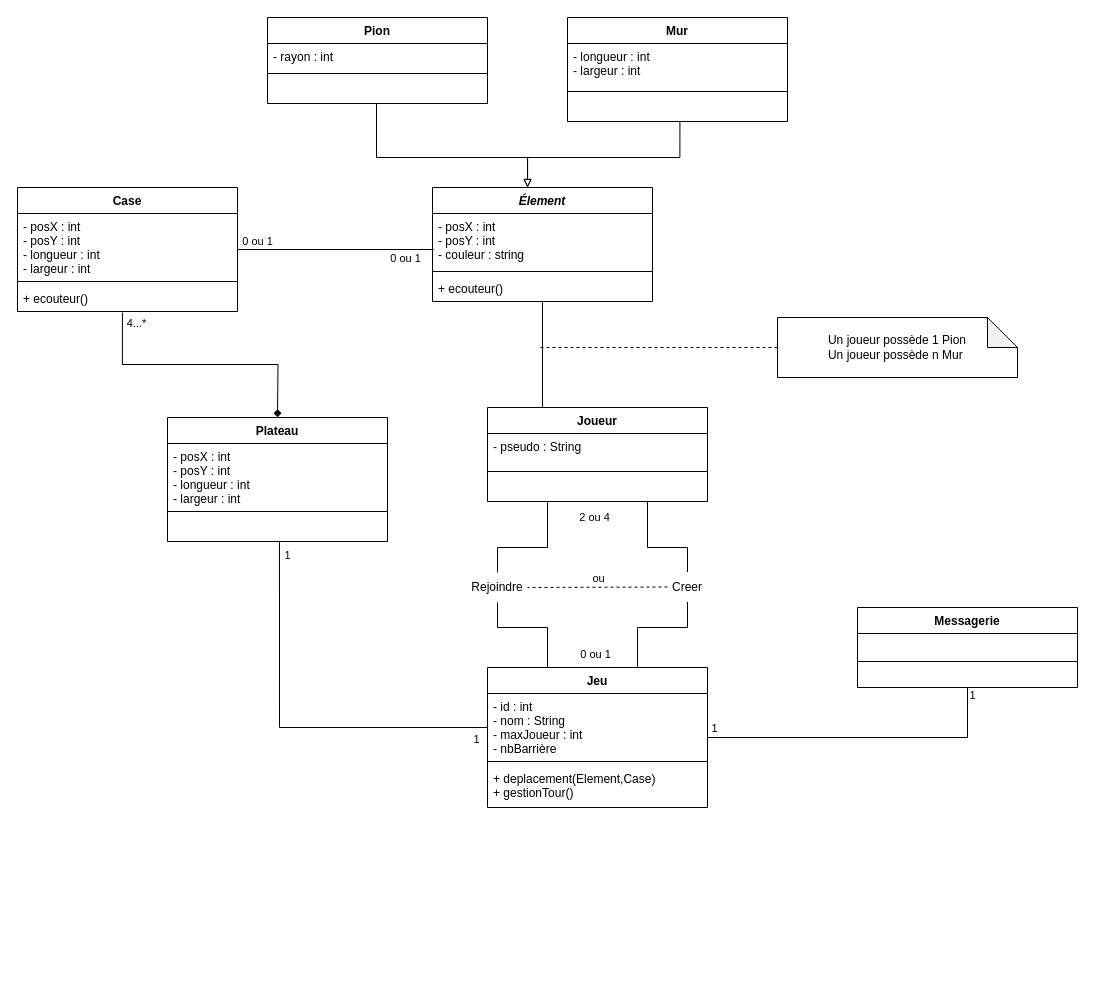
Mat-gif/TER_Gsociety keeps this draw.io diagram as diagramme.drawio. Above is the earlier version. Source tidied: cells renumbered, new cells numbered last; positions are measured from the earlier drawing's top-left corner, leaving out a move shared by most shapes. Both pictures are drawn from the tidied source at 100%, with x=0, y=0 at pixel (17, 17).
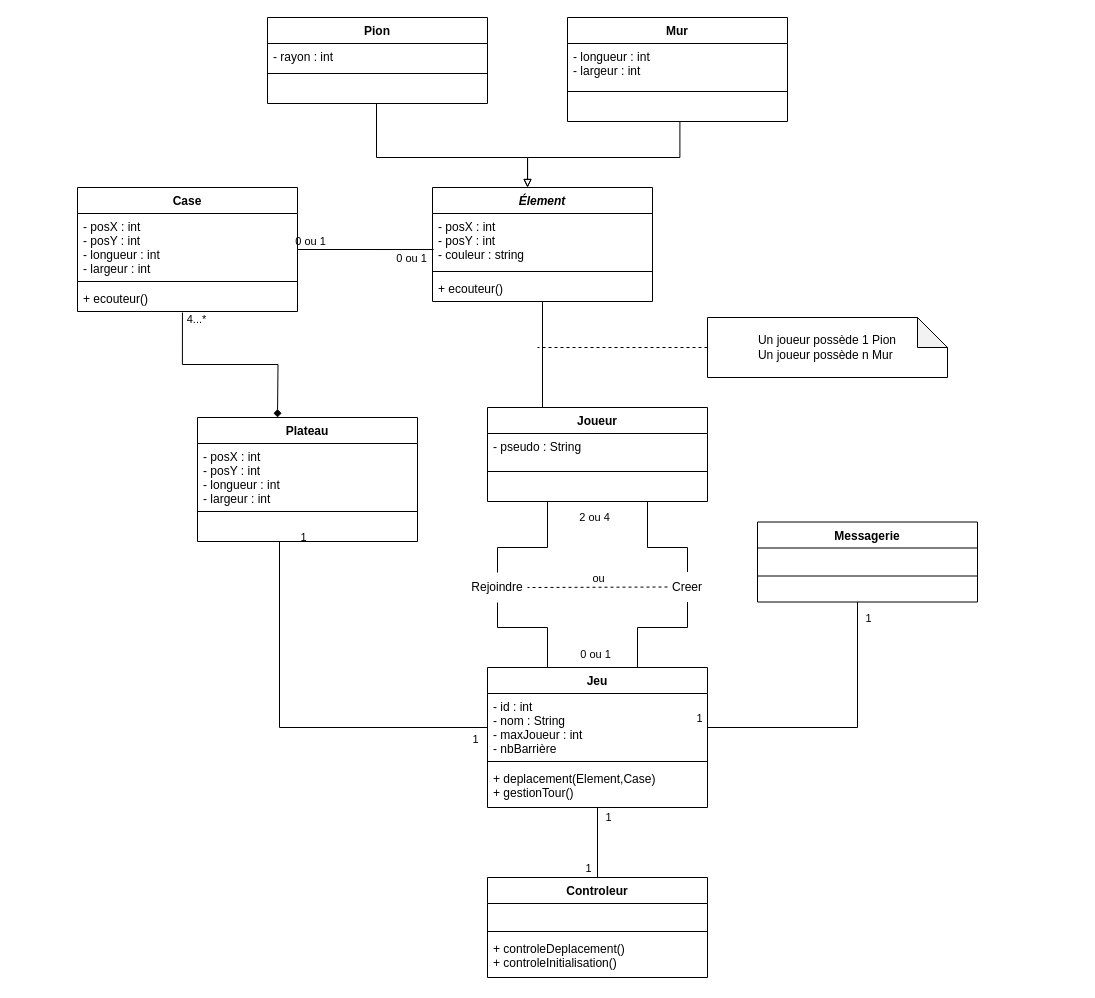
The same page after the edit.

Commit message:
Mettre à jour diagramme.drawio

Unchanged cells that the change refers to:
```xml
<mxCell id="48" value="+ deplacement(Element,Case)&#10;+ gestionTour()&#10;" style="text;strokeColor=none;fillColor=none;align=left;verticalAlign=top;spacingLeft=4;spacingRight=4;overflow=hidden;points=[[0,0.5],[1,0.5]];portConstraint=eastwest;" parent="45" vertex="1">
  <mxGeometry y="98" width="220" height="42" as="geometry" />
</mxCell>
<mxCell id="53" value=" &#10;&#10;" style="text;strokeColor=none;fillColor=none;align=left;verticalAlign=top;spacingLeft=4;spacingRight=4;overflow=hidden;points=[[0,0.5],[1,0.5]];portConstraint=eastwest;" parent="50" vertex="1">
  <mxGeometry y="58" width="220" height="22" as="geometry" />
</mxCell>
```

The edit, as a diff of the source:
```diff
@@
     <mxCell id="33" value="Case" style="swimlane;fontStyle=1;align=center;verticalAlign=top;horizontal=1;startSize=26;" parent="1" vertex="1">
-      <mxGeometry y="170" width="220" height="124" as="geometry" />
+      <mxGeometry x="60" y="170" width="220" height="124" as="geometry" />
     </mxCell>
@@
     <mxCell id="37" value="Plateau" style="swimlane;fontStyle=1;align=center;verticalAlign=top;horizontal=1;startSize=26;" parent="1" vertex="1">
-      <mxGeometry x="150" y="400" width="220" height="124" as="geometry" />
+      <mxGeometry x="180" y="400" width="220" height="124" as="geometry" />
     </mxCell>
@@
     <mxCell id="50" value="Messagerie" style="swimlane;fontStyle=1;align=center;verticalAlign=top;horizontal=1;startSize=26;" parent="1" vertex="1">
-      <mxGeometry x="840" y="590" width="220" height="80" as="geometry" />
+      <mxGeometry x="740" y="504.5" width="220" height="80" as="geometry" />
     </mxCell>
@@
     <mxCell id="54" value="&lt;div&gt;&lt;br&gt;&lt;/div&gt;" style="html=1;verticalAlign=bottom;endArrow=none;endSize=8;edgeStyle=elbowEdgeStyle;elbow=vertical;curved=0;rounded=0;endFill=0;entryX=1;entryY=0.5;entryDx=0;entryDy=0;" parent="1" edge="1" source="53">
       <mxGeometry relative="1" as="geometry">
         <mxPoint x="690" y="720.2" as="targetPoint" />
         <Array as="points">
+          <mxPoint x="840" y="710" />
           <mxPoint x="780" y="720" />
         </Array>
       </mxGeometry>
     </mxCell>
     <mxCell id="55" value="1" style="edgeLabel;html=1;align=center;verticalAlign=middle;" parent="54" vertex="1">
       <mxGeometry x="-0.32" y="2" relative="1" as="geometry">
-        <mxPoint x="59" y="-45" as="offset" />
+        <mxPoint x="8" y="-81" as="offset" />
       </mxGeometry>
     </mxCell>
@@
     <mxCell id="58" value="Un joueur possède 1 Pion&lt;br&gt;Un joueur possède n Mur&amp;nbsp;" style="shape=note;whiteSpace=wrap;html=1;backgroundOutline=1;darkOpacity=0.05;" parent="1" vertex="1">
-      <mxGeometry x="760" y="300" width="240" height="60" as="geometry" />
+      <mxGeometry x="690" y="300" width="240" height="60" as="geometry" />
     </mxCell>
+    <mxCell id="59" style="edgeStyle=orthogonalEdgeStyle;rounded=0;jettySize=auto;html=1;entryX=0.5;entryY=1;entryDx=0;entryDy=0;entryPerimeter=0;endArrow=none;endFill=0;" parent="1" edge="1" source="62" target="48">
+      <mxGeometry relative="1" as="geometry" />
+    </mxCell>
+    <mxCell id="60" value="1" style="edgeLabel;html=1;align=center;verticalAlign=middle;" parent="59" vertex="1">
+      <mxGeometry x="0.75" y="-1" relative="1" as="geometry">
+        <mxPoint x="9" as="offset" />
+      </mxGeometry>
+    </mxCell>
+    <mxCell id="61" value="1" style="edgeLabel;html=1;align=center;verticalAlign=middle;" parent="59" vertex="1">
+      <mxGeometry x="-0.72" y="1" relative="1" as="geometry">
+        <mxPoint x="-9" as="offset" />
+      </mxGeometry>
+    </mxCell>
+    <mxCell id="62" value="Controleur" style="swimlane;fontStyle=1;align=center;verticalAlign=top;horizontal=1;startSize=26;" parent="1" vertex="1">
+      <mxGeometry x="470" y="860" width="220" height="100" as="geometry" />
+    </mxCell>
+    <mxCell id="63" value=" " style="text;strokeColor=none;fillColor=none;align=left;verticalAlign=top;spacingLeft=4;spacingRight=4;overflow=hidden;" parent="62" vertex="1">
+      <mxGeometry y="26" width="220" height="24" as="geometry" />
+    </mxCell>
+    <mxCell id="64" style="line;strokeWidth=1;fillColor=none;align=left;verticalAlign=middle;spacingTop=-1;spacingLeft=3;spacingRight=3;labelPosition=right;strokeColor=inherit;" parent="62" vertex="1">
+      <mxGeometry y="50" width="220" height="8" as="geometry" />
+    </mxCell>
+    <mxCell id="65" value="+ controleDeplacement()&#10;+ controleInitialisation()" style="text;strokeColor=none;fillColor=none;align=left;verticalAlign=top;spacingLeft=4;spacingRight=4;overflow=hidden;" parent="62" vertex="1">
+      <mxGeometry y="58" width="220" height="42" as="geometry" />
+    </mxCell>
```
